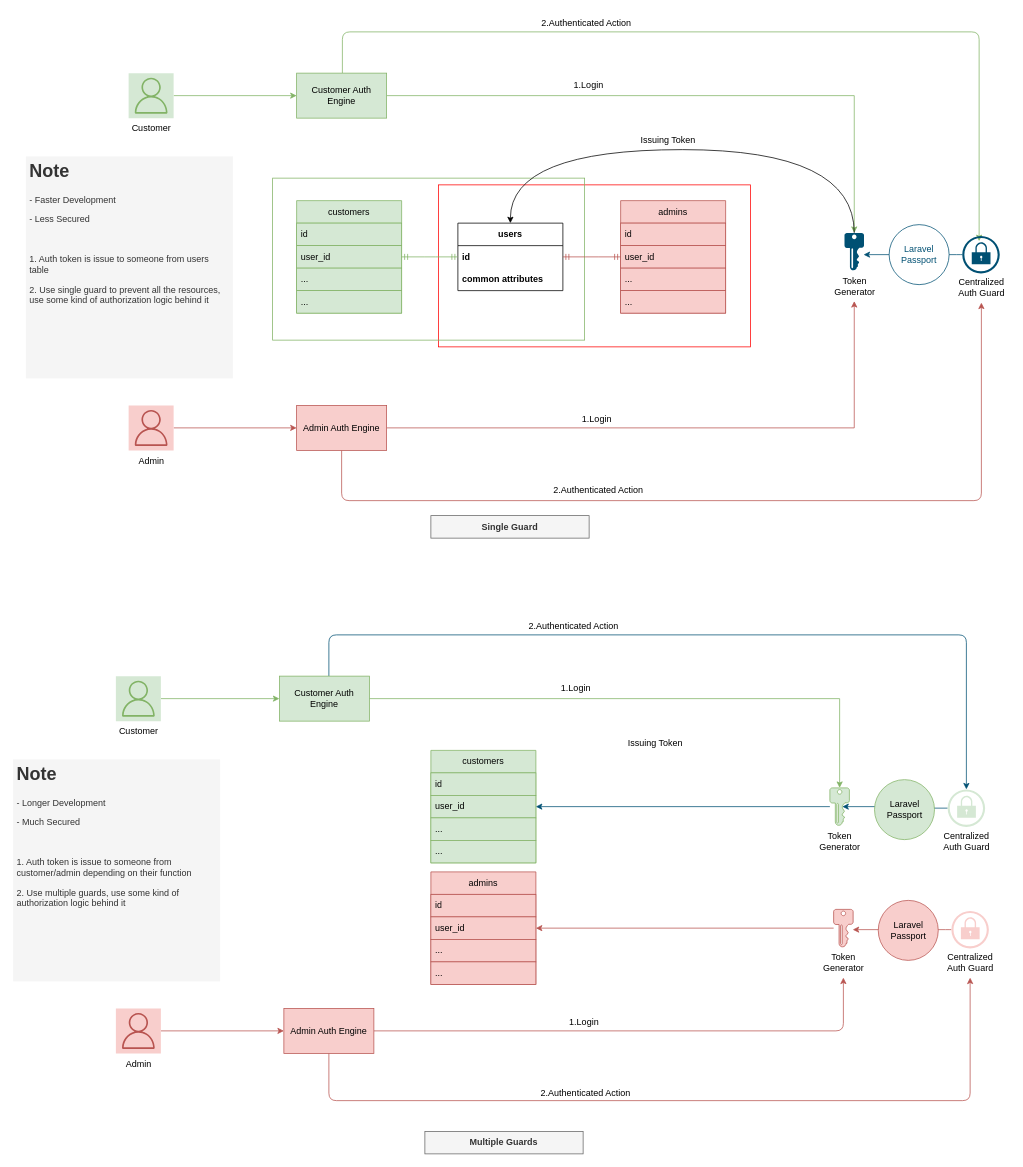
Before: inputs/Multi User Type Authentication in Laravel.drawio in NayThuKhant/drawio, a draw.io diagram. Source tidied: cells renumbered, new cells numbered last; positions are measured from the earlier drawing's top-left corner, leaving out a move shared by most shapes. Both pictures are drawn from the tidied source at 75%, with x=0, y=0 at pixel (13, 13).
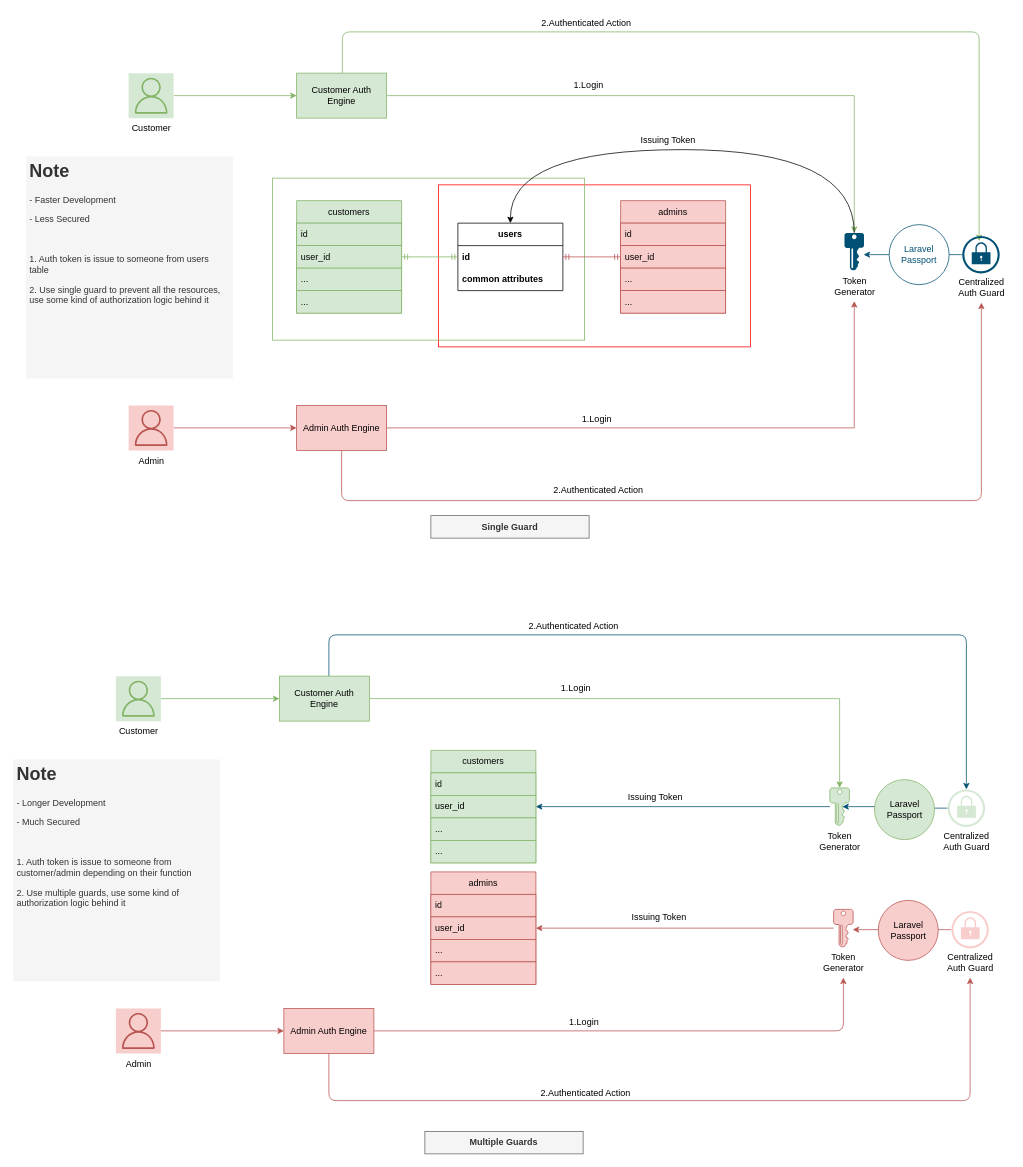
The same page after the edit.

Diff of the diagram source:
```diff
@@
     <mxCell id="74" value="Issuing Token" style="text;html=1;align=center;verticalAlign=middle;strokeColor=none;fillColor=none;fontColor=#000000;" parent="1" vertex="1">
-      <mxGeometry x="810" y="961" width="91" height="26" as="geometry" />
+      <mxGeometry x="810" y="1033" width="91" height="26" as="geometry" />
     </mxCell>
@@
+    <mxCell id="84" value="Issuing Token" style="text;html=1;align=center;verticalAlign=middle;strokeColor=none;fillColor=none;fontColor=#000000;" parent="1" vertex="1">
+      <mxGeometry x="815" y="1193" width="91" height="26" as="geometry" />
+    </mxCell>
```
